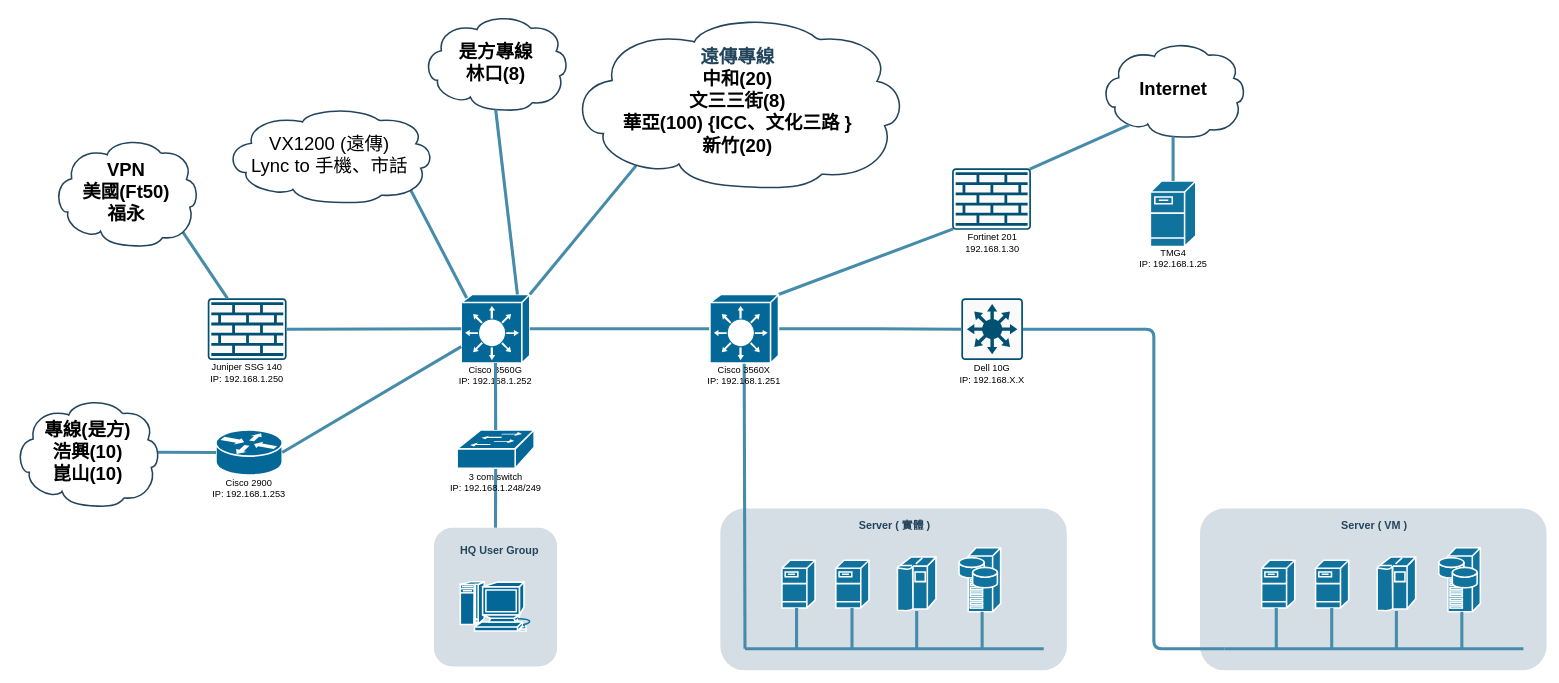
The draw.io diagram HQ.drawio in KevinKuo2519/AI-Prpgram, before the edit. Source tidied: cells renumbered, new cells numbered last; positions are measured from the earlier drawing's top-left corner, leaving out a move shared by most shapes. Both pictures are drawn from the tidied source at 77%, with x=0, y=0 at pixel (14, 14).
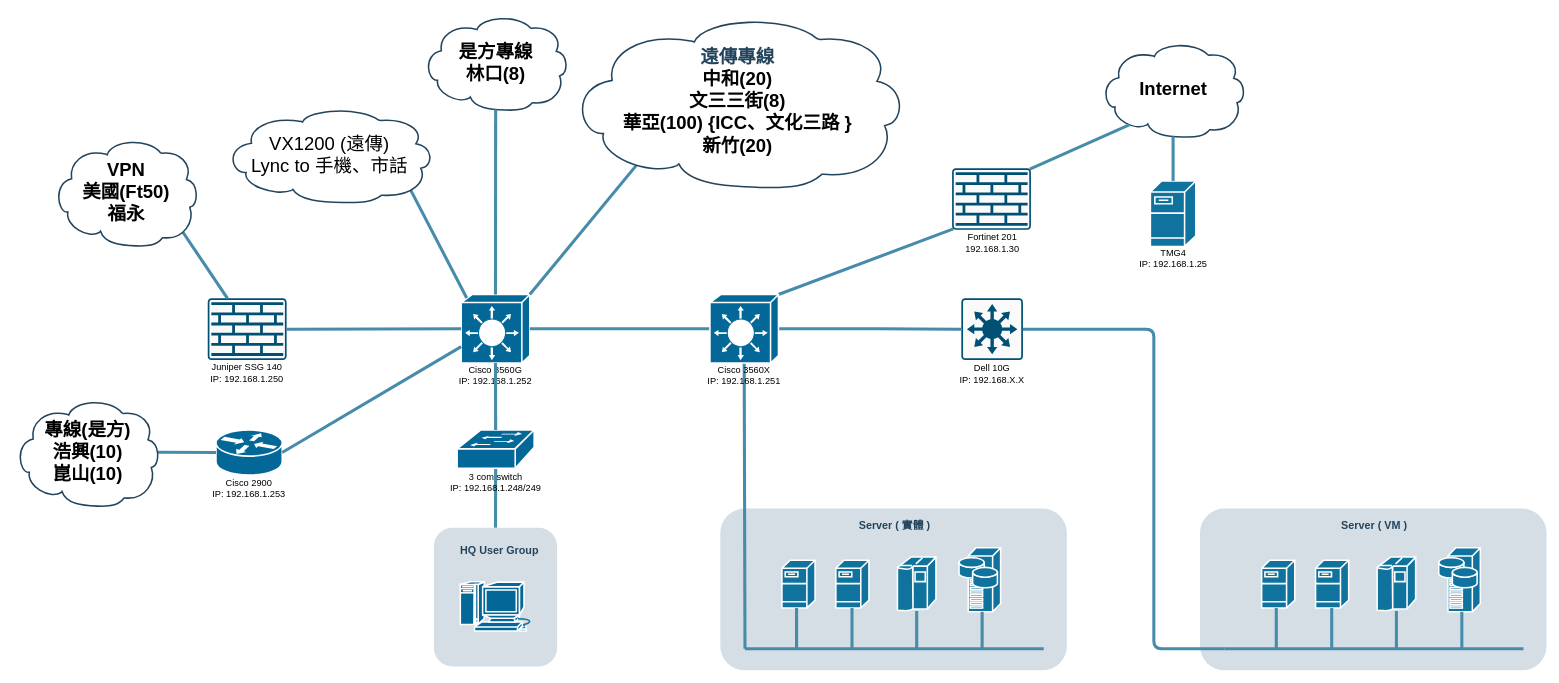
Above is the later version.

The change refers to these unchanged cells:
```xml
<mxCell id="19" style="shape=mxgraph.cisco.switches.layer_3_switch;sketch=0;html=1;dashed=0;fillColor=#036897;strokeColor=#ffffff;strokeWidth=2;verticalLabelPosition=bottom;verticalAlign=top;align=center;outlineConnect=0;points=[[0,0.5,0,0,0],[0,0.76,0,0,0],[0,1,0,0,0],[0.08,0.05,0,0,0],[0.29,0,0,0,0],[0.5,0,0,0,0],[0.5,1,0,0,0],[0.82,0,0,0,0],[0.95,0.94,0,0,0],[1,0,0,0,0],[1,0.5,0,0,0]];" parent="18" vertex="1">
  <mxGeometry x="10.5" width="89" height="89" as="geometry" />
</mxCell>
<mxCell id="50" value="&lt;p style=&quot;margin-top: 0pt; margin-bottom: 0pt; margin-left: 0in; direction: ltr; unicode-bidi: embed; word-break: normal; font-size: 23px;&quot;&gt;&lt;/p&gt;&lt;p style=&quot;margin-top: 0pt; margin-bottom: 0pt; margin-left: 0in; direction: ltr; unicode-bidi: embed; word-break: normal;&quot;&gt;&lt;font color=&quot;#000000&quot;&gt;是方專線&lt;/font&gt;&lt;/p&gt;&lt;p style=&quot;margin-top: 0pt; margin-bottom: 0pt; margin-left: 0in; direction: ltr; unicode-bidi: embed; word-break: normal;&quot;&gt;&lt;span style=&quot;color: rgb(0, 0, 0); background-color: initial; font-size: 18pt;&quot;&gt;林口&lt;/span&gt;&lt;span style=&quot;color: rgb(0, 0, 0); background-color: initial; font-family: 微軟正黑體;&quot;&gt;(8)&lt;/span&gt;&lt;br&gt;&lt;/p&gt;" style="shape=mxgraph.cisco.storage.cloud;html=1;dashed=0;strokeColor=#23445D;fillColor=#ffffff;strokeWidth=2;fontFamily=Helvetica;fontSize=24;fontColor=#23445D;align=center;fontStyle=1;" parent="1" vertex="1">
  <mxGeometry x="530.2" width="190" height="125" as="geometry" />
</mxCell>
```

Change to the diagram source:
```diff
@@
-    <mxCell id="51" style="rounded=1;jettySize=auto;html=1;exitX=0.82;exitY=0;exitDx=0;exitDy=0;exitPerimeter=0;entryX=0.5;entryY=0.99;entryDx=0;entryDy=0;entryPerimeter=0;strokeColor=#468CAA;strokeWidth=4;endArrow=none;endFill=0;" parent="1" edge="1" source="19" target="50">
+    <mxCell id="51" style="rounded=1;jettySize=auto;html=1;exitX=0.5;exitY=0;exitDx=0;exitDy=0;exitPerimeter=0;entryX=0.5;entryY=0.99;entryDx=0;entryDy=0;entryPerimeter=0;strokeColor=#468CAA;strokeWidth=4;endArrow=none;endFill=0;" parent="1" edge="1" source="19" target="50">
       <mxGeometry relative="1" as="geometry" />
     </mxCell>
```
